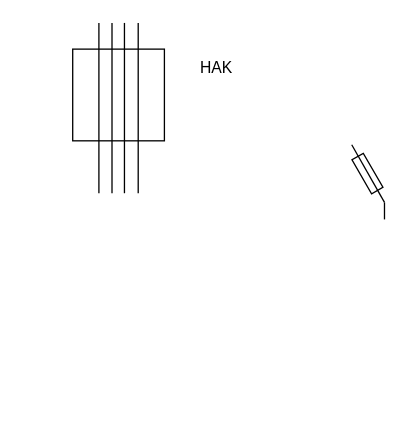
Earlier version of the draw.io diagram PV_Schaltplan.drawio (Lostqw1/Funfun). Source tidied: cells renumbered, new cells numbered last; positions are measured from the earlier drawing's top-left corner, leaving out a move shared by most shapes. Both pictures are drawn from the tidied source at 131%, with x=0, y=0 at pixel (72, 22).
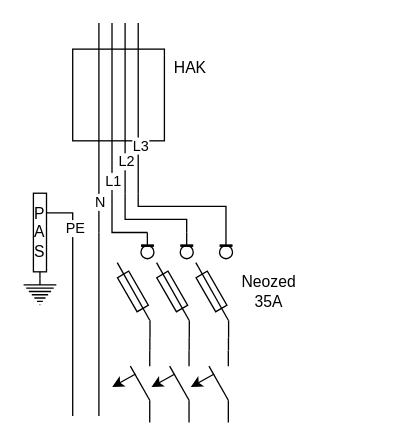
Above is the later version.

Unchanged cells that the change refers to:
```xml
<mxCell id="4" style="endArrow=none;html=1;rounded=0;" parent="1" edge="1">
  <mxGeometry relative="1" as="geometry">
    <mxPoint x="30" y="130" as="sourcePoint" />
    <mxPoint x="30" as="targetPoint" />
  </mxGeometry>
</mxCell>
<mxCell id="6" style="endArrow=none;html=1;rounded=0;" parent="1" edge="1">
  <mxGeometry relative="1" as="geometry">
    <mxPoint x="50" y="130" as="sourcePoint" />
    <mxPoint x="50" as="targetPoint" />
  </mxGeometry>
</mxCell>
```

Change to the diagram source:
```diff
@@
     <mxCell id="3" style="endArrow=none;html=1;rounded=0;" parent="1" edge="1">
       <mxGeometry relative="1" as="geometry">
-        <mxPoint x="20" y="130" as="sourcePoint" />
+        <mxPoint x="20" y="160" as="sourcePoint" />
         <mxPoint x="20" as="targetPoint" />
       </mxGeometry>
     </mxCell>
+    <mxCell id="13" value="N" style="edgeLabel;html=1;align=center;verticalAlign=middle;" parent="3" vertex="1">
+      <mxGeometry x="-0.7" relative="1" as="geometry" />
+    </mxCell>
@@
+    <mxCell id="14" value="L1&lt;br&gt;" style="edgeLabel;html=1;align=center;verticalAlign=middle;" parent="4" vertex="1">
+      <mxGeometry x="-0.85" relative="1" as="geometry" />
+    </mxCell>
     <mxCell id="5" style="endArrow=none;html=1;rounded=0;" parent="1" edge="1">
       <mxGeometry relative="1" as="geometry">
-        <mxPoint x="39.5" y="130" as="sourcePoint" />
-        <mxPoint x="39.5" as="targetPoint" />
+        <mxPoint x="40" y="130" as="sourcePoint" />
+        <mxPoint x="40" as="targetPoint" />
       </mxGeometry>
     </mxCell>
+    <mxCell id="15" value="L2" style="edgeLabel;html=1;align=center;verticalAlign=middle;" parent="5" vertex="1">
+      <mxGeometry x="-0.61" relative="1" as="geometry" />
+    </mxCell>
@@
+    <mxCell id="16" value="L3" style="edgeLabel;html=1;align=center;verticalAlign=middle;" parent="6" vertex="1">
+      <mxGeometry x="-0.43" y="-1" relative="1" as="geometry" />
+    </mxCell>
     <mxCell id="7" value="HAK" style="text;html=1;strokeColor=none;fillColor=none;align=center;verticalAlign=middle;whiteSpace=wrap;rounded=0;" parent="1" vertex="1">
-      <mxGeometry x="80" y="20" width="60" height="30" as="geometry" />
+      <mxGeometry x="60" y="20" width="60" height="30" as="geometry" />
     </mxCell>
-    <mxCell id="8" style="group;" parent="1" vertex="1">
-      <mxGeometry x="208.2" y="90.8" width="33.7" height="59.2" as="geometry" />
-    </mxCell>
-    <mxCell id="9" style="group;rotation=-30;" parent="8" vertex="1">
-      <mxGeometry x="11.8" y="-0.8" width="10" height="50" as="geometry" />
-    </mxCell>
+    <mxCell id="17" style="endArrow=none;html=1;rounded=0;" parent="1" edge="1">
+      <mxGeometry relative="1" as="geometry">
+        <mxPoint x="57" y="160" as="sourcePoint" />
+        <mxPoint x="30" y="130" as="targetPoint" />
+        <Array as="points">
+          <mxPoint x="30" y="160" />
+        </Array>
+      </mxGeometry>
+    </mxCell>
+    <mxCell id="18" style="endArrow=none;html=1;rounded=0;" parent="1" edge="1">
+      <mxGeometry relative="1" as="geometry">
+        <mxPoint x="87" y="160" as="sourcePoint" />
+        <mxPoint x="40" y="130" as="targetPoint" />
+        <Array as="points">
+          <mxPoint x="87" y="150" />
+          <mxPoint x="40" y="150" />
+        </Array>
+      </mxGeometry>
+    </mxCell>
+    <mxCell id="19" style="endArrow=none;html=1;rounded=0;" parent="1" edge="1">
+      <mxGeometry relative="1" as="geometry">
+        <mxPoint x="117" y="170" as="sourcePoint" />
+        <mxPoint x="50" y="130" as="targetPoint" />
+        <Array as="points">
+          <mxPoint x="117" y="140" />
+          <mxPoint x="50" y="140" />
+        </Array>
+      </mxGeometry>
+    </mxCell>
+    <mxCell id="20" style="endArrow=none;html=1;rounded=0;" parent="1" edge="1">
+      <mxGeometry relative="1" as="geometry">
+        <mxPoint x="87" y="160" as="sourcePoint" />
+        <mxPoint x="87" y="170" as="targetPoint" />
+      </mxGeometry>
+    </mxCell>
+    <mxCell id="21" style="endArrow=none;html=1;rounded=0;" parent="1" edge="1">
+      <mxGeometry relative="1" as="geometry">
+        <mxPoint x="57" y="160" as="sourcePoint" />
+        <mxPoint x="57" y="170" as="targetPoint" />
+      </mxGeometry>
+    </mxCell>
+    <mxCell id="22" style="group;" parent="1" vertex="1">
+      <mxGeometry x="34" y="170" width="28" height="70" as="geometry" />
+    </mxCell>
+    <mxCell id="23" style="verticalLabelPosition=bottom;shadow=0;dashed=0;align=center;html=1;verticalAlign=top;strokeWidth=1;shape=ellipse;perimeter=ellipsePerimeter;" parent="22" vertex="1">
+      <mxGeometry x="18.1" width="9.9" height="10" as="geometry" />
+    </mxCell>
+    <mxCell id="24" style="endArrow=none;html=1;rounded=0;strokeWidth=2;" parent="22" edge="1">
+      <mxGeometry relative="1" as="geometry">
+        <mxPoint x="18.1" as="sourcePoint" />
+        <mxPoint x="28" as="targetPoint" />
+      </mxGeometry>
+    </mxCell>
+    <mxCell id="12" style="endArrow=none;html=1;rounded=0;" parent="22" edge="1">
+      <mxGeometry relative="1" as="geometry">
+        <mxPoint x="25" y="70" as="sourcePoint" />
+        <mxPoint x="25" y="57" as="targetPoint" />
+      </mxGeometry>
+    </mxCell>
-    <mxCell id="10" style="rounded=0;whiteSpace=wrap;html=1;rotation=-30;" parent="9" vertex="1">
-      <mxGeometry y="10" width="10" height="30" as="geometry" />
+    <mxCell id="10" style="rounded=0;whiteSpace=wrap;html=1;rotation=-30;" parent="22" vertex="1">
+      <mxGeometry x="7" y="20" width="9.9" height="30" as="geometry" />
     </mxCell>
-    <mxCell id="11" style="endArrow=none;html=1;rounded=0;" parent="9" edge="1">
+    <mxCell id="11" style="endArrow=none;html=1;rounded=0;" parent="22" edge="1">
       <mxGeometry relative="1" as="geometry">
-        <mxPoint x="18" y="47" as="sourcePoint" />
-        <mxPoint x="-7" y="3" as="targetPoint" />
+        <mxPoint x="24.8" y="57" as="sourcePoint" />
+        <mxPoint y="13" as="targetPoint" />
       </mxGeometry>
     </mxCell>
-    <mxCell id="12" style="endArrow=none;html=1;rounded=0;" parent="8" edge="1">
-      <mxGeometry relative="1" as="geometry">
-        <mxPoint x="29.8" y="59.2" as="sourcePoint" />
-        <mxPoint x="29.8" y="46.2" as="targetPoint" />
-      </mxGeometry>
-    </mxCell>
+    <mxCell id="25" style="group;" parent="1" vertex="1">
+      <mxGeometry x="64" y="170" width="28" height="70" as="geometry" />
+    </mxCell>
+    <mxCell id="26" style="verticalLabelPosition=bottom;shadow=0;dashed=0;align=center;html=1;verticalAlign=top;strokeWidth=1;shape=ellipse;perimeter=ellipsePerimeter;" parent="25" vertex="1">
+      <mxGeometry x="18.1" width="9.9" height="10" as="geometry" />
+    </mxCell>
+    <mxCell id="27" style="endArrow=none;html=1;rounded=0;strokeWidth=2;" parent="25" edge="1">
+      <mxGeometry relative="1" as="geometry">
+        <mxPoint x="18.1" as="sourcePoint" />
+        <mxPoint x="28" as="targetPoint" />
+      </mxGeometry>
+    </mxCell>
+    <mxCell id="28" style="endArrow=none;html=1;rounded=0;" parent="25" edge="1">
+      <mxGeometry relative="1" as="geometry">
+        <mxPoint x="25" y="70" as="sourcePoint" />
+        <mxPoint x="25" y="57" as="targetPoint" />
+      </mxGeometry>
+    </mxCell>
+    <mxCell id="29" style="rounded=0;whiteSpace=wrap;html=1;rotation=-30;" parent="25" vertex="1">
+      <mxGeometry x="7" y="20" width="9.9" height="30" as="geometry" />
+    </mxCell>
+    <mxCell id="30" style="endArrow=none;html=1;rounded=0;" parent="25" edge="1">
+      <mxGeometry relative="1" as="geometry">
+        <mxPoint x="24.8" y="57" as="sourcePoint" />
+        <mxPoint y="13" as="targetPoint" />
+      </mxGeometry>
+    </mxCell>
+    <mxCell id="31" style="group;" parent="1" vertex="1">
+      <mxGeometry x="94" y="170" width="28" height="70" as="geometry" />
+    </mxCell>
+    <mxCell id="32" style="verticalLabelPosition=bottom;shadow=0;dashed=0;align=center;html=1;verticalAlign=top;strokeWidth=1;shape=ellipse;perimeter=ellipsePerimeter;" parent="31" vertex="1">
+      <mxGeometry x="18.1" width="9.9" height="10" as="geometry" />
+    </mxCell>
+    <mxCell id="33" style="endArrow=none;html=1;rounded=0;strokeWidth=2;" parent="31" edge="1">
+      <mxGeometry relative="1" as="geometry">
+        <mxPoint x="18.1" as="sourcePoint" />
+        <mxPoint x="28" as="targetPoint" />
+      </mxGeometry>
+    </mxCell>
+    <mxCell id="34" style="endArrow=none;html=1;rounded=0;" parent="31" edge="1">
+      <mxGeometry relative="1" as="geometry">
+        <mxPoint x="25" y="70" as="sourcePoint" />
+        <mxPoint x="25" y="57" as="targetPoint" />
+      </mxGeometry>
+    </mxCell>
+    <mxCell id="35" style="rounded=0;whiteSpace=wrap;html=1;rotation=-30;" parent="31" vertex="1">
+      <mxGeometry x="7" y="20" width="9.9" height="30" as="geometry" />
+    </mxCell>
+    <mxCell id="36" style="endArrow=none;html=1;rounded=0;" parent="31" edge="1">
+      <mxGeometry relative="1" as="geometry">
+        <mxPoint x="24.8" y="57" as="sourcePoint" />
+        <mxPoint y="13" as="targetPoint" />
+      </mxGeometry>
+    </mxCell>
+    <mxCell id="37" value="Neozed 35A" style="text;html=1;strokeColor=none;fillColor=none;align=center;verticalAlign=middle;whiteSpace=wrap;rounded=0;" parent="1" vertex="1">
+      <mxGeometry x="120" y="190" width="60" height="30" as="geometry" />
+    </mxCell>
+    <mxCell id="38" style="group;" parent="1" vertex="1">
+      <mxGeometry x="27" y="250" width="32" height="55" as="geometry" />
+    </mxCell>
+    <mxCell id="39" style="group;rotation=-30;" parent="38" vertex="1">
+      <mxGeometry x="6.1" y="15" width="19.8" height="30" as="geometry" />
+    </mxCell>
+    <mxCell id="40" style="endArrow=none;html=1;rounded=0;" parent="39" edge="1">
+      <mxGeometry relative="1" as="geometry">
+        <mxPoint x="25.7" y="23" as="sourcePoint" />
+        <mxPoint x="10.9" y="-3" as="targetPoint" />
+      </mxGeometry>
+    </mxCell>
+    <mxCell id="41" style="endArrow=classic;html=1;rounded=0;" parent="39" edge="1">
+      <mxGeometry relative="1" as="geometry">
+        <mxPoint x="14.9" y="3" as="sourcePoint" />
+        <mxPoint x="-3" y="13" as="targetPoint" />
+      </mxGeometry>
+    </mxCell>
+    <mxCell id="42" style="endArrow=none;html=1;rounded=0;" parent="38" edge="1">
+      <mxGeometry relative="1" as="geometry">
+        <mxPoint x="31.8" y="38" as="sourcePoint" />
+        <mxPoint x="31.8" y="55" as="targetPoint" />
+      </mxGeometry>
+    </mxCell>
+    <mxCell id="43" style="endArrow=none;html=1;rounded=0;" parent="38" edge="1">
+      <mxGeometry relative="1" as="geometry">
+        <mxPoint x="31.8" y="12" as="sourcePoint" />
+        <mxPoint x="31.8" as="targetPoint" />
+      </mxGeometry>
+    </mxCell>
+    <mxCell id="44" style="endArrow=none;html=1;rounded=0;" parent="1" edge="1">
+      <mxGeometry relative="1" as="geometry">
+        <mxPoint x="58.9" y="250" as="sourcePoint" />
+        <mxPoint x="58.9" y="240" as="targetPoint" />
+      </mxGeometry>
+    </mxCell>
+    <mxCell id="45" style="group;" parent="1" vertex="1">
+      <mxGeometry x="57" y="250" width="32" height="55" as="geometry" />
+    </mxCell>
+    <mxCell id="46" style="group;rotation=-30;" parent="45" vertex="1">
+      <mxGeometry x="6.1" y="15" width="19.8" height="30" as="geometry" />
+    </mxCell>
+    <mxCell id="47" style="endArrow=none;html=1;rounded=0;" parent="46" edge="1">
+      <mxGeometry relative="1" as="geometry">
+        <mxPoint x="25.7" y="23" as="sourcePoint" />
+        <mxPoint x="10.9" y="-3" as="targetPoint" />
+      </mxGeometry>
+    </mxCell>
+    <mxCell id="48" style="endArrow=classic;html=1;rounded=0;" parent="46" edge="1">
+      <mxGeometry relative="1" as="geometry">
+        <mxPoint x="14.9" y="3" as="sourcePoint" />
+        <mxPoint x="-3" y="13" as="targetPoint" />
+      </mxGeometry>
+    </mxCell>
+    <mxCell id="49" style="endArrow=none;html=1;rounded=0;" parent="45" edge="1">
+      <mxGeometry relative="1" as="geometry">
+        <mxPoint x="31.8" y="38" as="sourcePoint" />
+        <mxPoint x="31.8" y="55" as="targetPoint" />
+      </mxGeometry>
+    </mxCell>
+    <mxCell id="50" style="endArrow=none;html=1;rounded=0;" parent="45" edge="1">
+      <mxGeometry relative="1" as="geometry">
+        <mxPoint x="31.8" y="12" as="sourcePoint" />
+        <mxPoint x="31.8" as="targetPoint" />
+      </mxGeometry>
+    </mxCell>
+    <mxCell id="51" style="group;" parent="1" vertex="1">
+      <mxGeometry x="87" y="250" width="32" height="55" as="geometry" />
+    </mxCell>
+    <mxCell id="52" style="group;rotation=-30;" parent="51" vertex="1">
+      <mxGeometry x="6.1" y="15" width="19.8" height="30" as="geometry" />
+    </mxCell>
+    <mxCell id="53" style="endArrow=none;html=1;rounded=0;" parent="52" edge="1">
+      <mxGeometry relative="1" as="geometry">
+        <mxPoint x="25.7" y="23" as="sourcePoint" />
+        <mxPoint x="10.9" y="-3" as="targetPoint" />
+      </mxGeometry>
+    </mxCell>
+    <mxCell id="54" style="endArrow=classic;html=1;rounded=0;" parent="52" edge="1">
+      <mxGeometry relative="1" as="geometry">
+        <mxPoint x="14.9" y="3" as="sourcePoint" />
+        <mxPoint x="-3" y="13" as="targetPoint" />
+      </mxGeometry>
+    </mxCell>
+    <mxCell id="55" style="endArrow=none;html=1;rounded=0;" parent="51" edge="1">
+      <mxGeometry relative="1" as="geometry">
+        <mxPoint x="31.8" y="38" as="sourcePoint" />
+        <mxPoint x="31.8" y="55" as="targetPoint" />
+      </mxGeometry>
+    </mxCell>
+    <mxCell id="56" style="endArrow=none;html=1;rounded=0;" parent="51" edge="1">
+      <mxGeometry relative="1" as="geometry">
+        <mxPoint x="31.8" y="12" as="sourcePoint" />
+        <mxPoint x="31.8" as="targetPoint" />
+      </mxGeometry>
+    </mxCell>
+    <mxCell id="57" style="endArrow=none;html=1;rounded=0;" parent="1" edge="1">
+      <mxGeometry relative="1" as="geometry">
+        <mxPoint x="118.9" y="250" as="sourcePoint" />
+        <mxPoint x="118.9" y="240" as="targetPoint" />
+      </mxGeometry>
+    </mxCell>
+    <mxCell id="58" style="endArrow=none;html=1;rounded=0;" parent="1" edge="1">
+      <mxGeometry relative="1" as="geometry">
+        <mxPoint x="88.9" y="250" as="sourcePoint" />
+        <mxPoint x="88.9" y="240" as="targetPoint" />
+      </mxGeometry>
+    </mxCell>
+    <mxCell id="59" style="endArrow=none;html=1;rounded=0;" parent="1" edge="1">
+      <mxGeometry relative="1" as="geometry">
+        <mxPoint x="20" y="300" as="sourcePoint" />
+        <mxPoint x="20" y="160" as="targetPoint" />
+      </mxGeometry>
+    </mxCell>
+    <mxCell id="60" value="P A S" style="rounded=0;whiteSpace=wrap;html=1;" parent="1" vertex="1">
+      <mxGeometry x="-30" y="130" width="10" height="60" as="geometry" />
+    </mxCell>
+    <mxCell id="61" style="verticalLabelPosition=bottom;shadow=0;dashed=0;align=center;html=1;verticalAlign=top;shape=mxgraph.electrical.signal_sources.protective_earth;" parent="1" vertex="1">
+      <mxGeometry x="-37.5" y="195" width="25" height="20" as="geometry" />
+    </mxCell>
+    <mxCell id="62" style="endArrow=none;html=1;rounded=0;exitX=0.5;exitY=0;exitDx=0;exitDy=0;exitPerimeter=0;entryX=0.5;entryY=1;entryDx=0;entryDy=0;" parent="1" edge="1" source="61" target="60">
+      <mxGeometry relative="1" as="geometry" />
+    </mxCell>
+    <mxCell id="63" style="endArrow=none;html=1;rounded=0;entryX=1;entryY=0.25;entryDx=0;entryDy=0;" parent="1" edge="1" target="60">
+      <mxGeometry relative="1" as="geometry">
+        <mxPoint y="300" as="sourcePoint" />
+        <Array as="points">
+          <mxPoint y="145" />
+        </Array>
+      </mxGeometry>
+    </mxCell>
+    <mxCell id="64" value="PE" style="edgeLabel;html=1;align=center;verticalAlign=middle;" parent="63" vertex="1">
+      <mxGeometry x="0.64" y="-1" relative="1" as="geometry" />
+    </mxCell>
```
